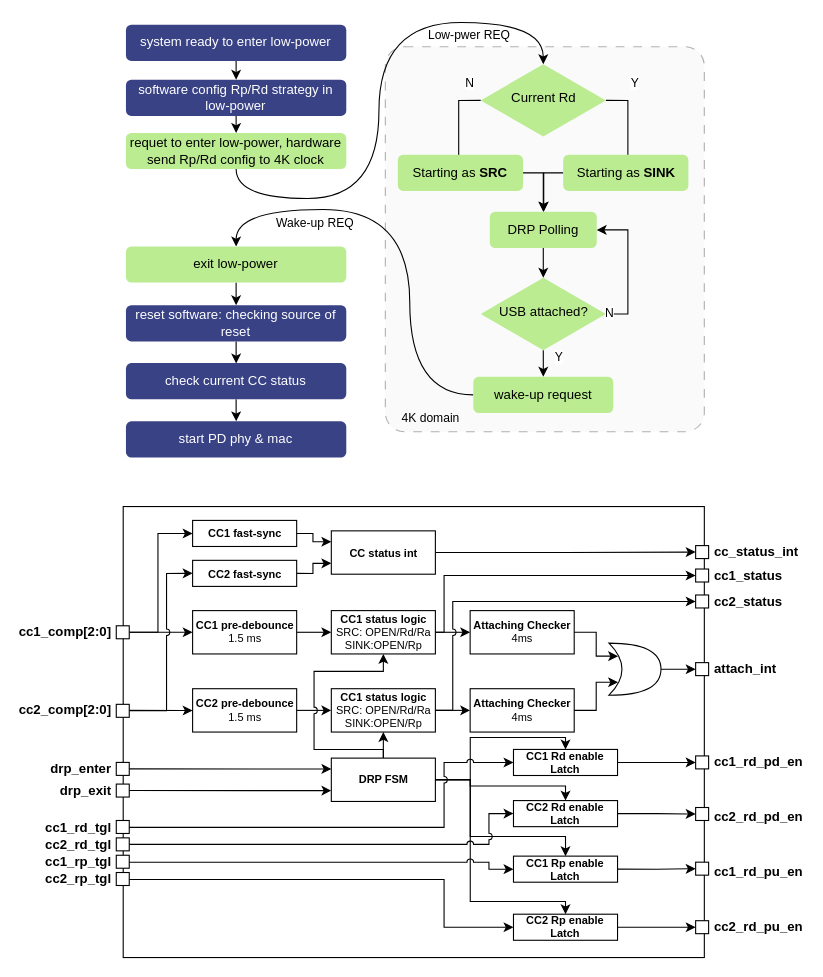
Above: pd_rp_rd_lp.drawio in Xhopo/test (draw.io), before the change. Source tidied: cells renumbered, new cells numbered last; positions are measured from the earlier drawing's top-left corner, leaving out a move shared by most shapes. Both pictures are drawn from the tidied source at 110%, with x=0, y=0 at pixel (26, 19).
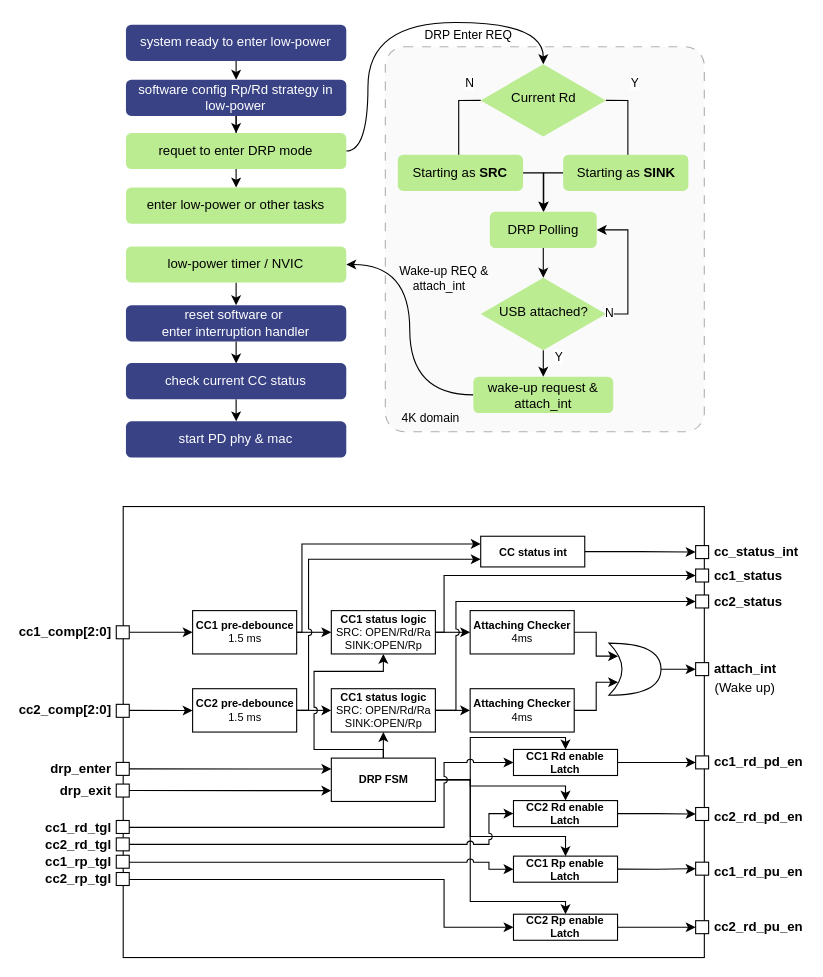
The same page after the edit.

The change refers to these unchanged cells:
```xml
<mxCell id="5" value="&lt;div&gt;&lt;b&gt;CC1 pre-debounce&lt;/b&gt;&lt;/div&gt;&lt;div&gt;&lt;font&gt;1.5 ms&lt;/font&gt;&lt;/div&gt;" style="rounded=0;whiteSpace=wrap;html=1;fontSize=10;" parent="1" vertex="1">
  <mxGeometry x="150.6" y="537.6" width="94.6" height="39.4" as="geometry" />
</mxCell>
<mxCell id="13" value="&lt;div&gt;&lt;b&gt;CC2 pre-debounce&lt;/b&gt;&lt;/div&gt;&lt;div&gt;&lt;font&gt;1.5 ms&lt;/font&gt;&lt;/div&gt;" style="rounded=0;whiteSpace=wrap;html=1;fontSize=10;" parent="1" vertex="1">
  <mxGeometry x="150.6" y="608.6" width="94.6" height="39.4" as="geometry" />
</mxCell>
<mxCell id="15" value="&lt;b&gt;CC1 status logic&lt;/b&gt;&lt;div&gt;&lt;font&gt;SRC: OPEN/Rd/Ra&lt;/font&gt;&lt;/div&gt;&lt;div&gt;&lt;font&gt;SINK:OPEN/Rp&lt;/font&gt;&lt;/div&gt;" style="rounded=0;whiteSpace=wrap;html=1;fontSize=10;" parent="1" vertex="1">
  <mxGeometry x="276.7" y="608.6" width="94.6" height="39.4" as="geometry" />
</mxCell>
<mxCell id="41" style="whiteSpace=wrap;html=1;" parent="1" vertex="1">
  <mxGeometry x="81.2" y="551.4" width="11.8" height="11.8" as="geometry" />
</mxCell>
<mxCell id="43" style="whiteSpace=wrap;html=1;" parent="1" vertex="1">
  <mxGeometry x="81.2" y="622.8" width="11.8" height="11.8" as="geometry" />
</mxCell>
<mxCell id="66" style="whiteSpace=wrap;html=1;" parent="1" vertex="1">
  <mxGeometry x="607.9" y="523.4" width="11.8" height="11.8" as="geometry" />
</mxCell>
<mxCell id="98" value="Current Rd" style="rhombus;whiteSpace=wrap;html=1;shadow=0;fontFamily=Helvetica;fontSize=12;align=center;strokeWidth=1;spacing=6;spacingTop=-4;fillColor=#BBEC92;strokeColor=none;" parent="1" vertex="1">
  <mxGeometry x="412.5" y="40.8" width="113.8" height="65.9" as="geometry" />
</mxCell>
<mxCell id="108" value="&lt;div&gt;software config Rp/Rd strategy in low-power&lt;/div&gt;" style="rounded=1;whiteSpace=wrap;html=1;fontSize=12;glass=0;strokeWidth=1;shadow=0;fillColor=light-dark(#384285, #281d00);strokeColor=none;fontColor=#FFFFFF;" parent="1" vertex="1">
  <mxGeometry x="90" y="55" width="200.3" height="32.9" as="geometry" />
</mxCell>
```

Diff of the diagram source:
```diff
@@
-    <mxCell id="2" value="&lt;span style=&quot;color: rgb(0, 0, 0); font-family: Helvetica; font-size: 11px; font-style: normal; font-variant-ligatures: normal; font-variant-caps: normal; font-weight: 400; letter-spacing: normal; orphans: 2; text-align: center; text-indent: 0px; text-transform: none; widows: 2; word-spacing: 0px; -webkit-text-stroke-width: 0px; white-space: nowrap; background-color: rgb(255, 255, 255); text-decoration-thickness: initial; text-decoration-style: initial; text-decoration-color: initial; display: inline !important; float: none;&quot;&gt;Low-pwer REQ&lt;/span&gt;" style="text;whiteSpace=wrap;html=1;" parent="1" vertex="1">
-      <mxGeometry x="363.3" width="125.2" height="24.6" as="geometry" />
+    <mxCell id="2" value="&lt;span style=&quot;color: rgb(0, 0, 0); font-family: Helvetica; font-size: 11px; font-style: normal; font-variant-ligatures: normal; font-variant-caps: normal; font-weight: 400; letter-spacing: normal; orphans: 2; text-align: center; text-indent: 0px; text-transform: none; widows: 2; word-spacing: 0px; -webkit-text-stroke-width: 0px; white-space: nowrap; text-decoration-thickness: initial; text-decoration-style: initial; text-decoration-color: initial; float: none; display: inline !important;&quot;&gt;DRP Enter REQ&lt;/span&gt;" style="text;whiteSpace=wrap;html=1;labelBackgroundColor=none;" parent="1" vertex="1">
+      <mxGeometry x="360" width="125.2" height="24.6" as="geometry" />
     </mxCell>
@@
+    <mxCell id="118" style="edgeStyle=orthogonalEdgeStyle;rounded=0;jettySize=auto;html=1;exitX=1;exitY=0.5;exitDx=0;exitDy=0;entryX=0;entryY=0.25;entryDx=0;entryDy=0;" parent="1" edge="1" source="5" target="64">
+      <mxGeometry relative="1" as="geometry">
+        <Array as="points">
+          <mxPoint x="250" y="557" />
+          <mxPoint x="250" y="477" />
+        </Array>
+      </mxGeometry>
+    </mxCell>
@@
+    <mxCell id="119" style="edgeStyle=orthogonalEdgeStyle;rounded=0;jettySize=auto;html=1;exitX=1;exitY=0.5;exitDx=0;exitDy=0;entryX=0;entryY=0.75;entryDx=0;entryDy=0;jumpStyle=arc;" parent="1" edge="1" source="13" target="64">
+      <mxGeometry relative="1" as="geometry">
+        <Array as="points">
+          <mxPoint x="256" y="628" />
+          <mxPoint x="256" y="491" />
+        </Array>
+      </mxGeometry>
+    </mxCell>
@@
     <mxCell id="38" style="edgeStyle=orthogonalEdgeStyle;rounded=0;jettySize=auto;html=1;exitX=1;exitY=0.5;exitDx=0;exitDy=0;entryX=0;entryY=0.5;entryDx=0;entryDy=0;jumpStyle=arc;" parent="1" edge="1" source="15" target="66">
       <mxGeometry relative="1" as="geometry">
         <Array as="points">
-          <mxPoint x="387.1" y="628.3" />
-          <mxPoint x="387.1" y="529.7" />
-          <mxPoint x="607.9" y="529.7" />
+          <mxPoint x="390" y="628" />
+          <mxPoint x="390" y="530" />
+          <mxPoint x="608" y="530" />
         </Array>
       </mxGeometry>
     </mxCell>
@@
-    <mxCell id="40" style="edgeStyle=orthogonalEdgeStyle;rounded=0;jettySize=auto;html=1;exitX=1;exitY=0.5;exitDx=0;exitDy=0;entryX=0;entryY=0.5;entryDx=0;entryDy=0;jumpStyle=none;" parent="1" edge="1" source="41" target="60">
-      <mxGeometry relative="1" as="geometry">
-        <Array as="points">
-          <mxPoint x="119.1" y="557.3" />
-          <mxPoint x="119.1" y="467.4" />
-        </Array>
-      </mxGeometry>
-    </mxCell>
@@
-    <mxCell id="42" style="edgeStyle=orthogonalEdgeStyle;rounded=0;jettySize=auto;html=1;exitX=1;exitY=0.5;exitDx=0;exitDy=0;entryX=0;entryY=0.5;entryDx=0;entryDy=0;jumpStyle=arc;" parent="1" edge="1" source="43" target="62">
-      <mxGeometry relative="1" as="geometry">
-        <Array as="points">
-          <mxPoint x="126.9" y="628.3" />
-          <mxPoint x="126.9" y="503.7" />
-        </Array>
-      </mxGeometry>
-    </mxCell>
@@
-    <mxCell id="59" style="edgeStyle=orthogonalEdgeStyle;rounded=0;jettySize=auto;html=1;exitX=1;exitY=0.5;exitDx=0;exitDy=0;entryX=0;entryY=0.25;entryDx=0;entryDy=0;fontSize=10;" parent="1" edge="1" source="60" target="64">
-      <mxGeometry relative="1" as="geometry">
-        <Array as="points">
-          <mxPoint x="260" y="467" />
-          <mxPoint x="260" y="475" />
-        </Array>
-      </mxGeometry>
-    </mxCell>
-    <mxCell id="60" value="&lt;div&gt;&lt;b&gt;CC1&amp;nbsp;&lt;/b&gt;&lt;b style=&quot;background-color: transparent; color: light-dark(rgb(0, 0, 0), rgb(255, 255, 255));&quot;&gt;fast-sync&lt;/b&gt;&lt;/div&gt;" style="rounded=0;whiteSpace=wrap;html=1;fontSize=10;" parent="1" vertex="1">
-      <mxGeometry x="150.6" y="455.6" width="94.6" height="23.7" as="geometry" />
-    </mxCell>
-    <mxCell id="61" style="edgeStyle=orthogonalEdgeStyle;rounded=0;jettySize=auto;html=1;exitX=1;exitY=0.5;exitDx=0;exitDy=0;entryX=0;entryY=0.75;entryDx=0;entryDy=0;fontSize=10;" parent="1" edge="1" source="62" target="64">
-      <mxGeometry relative="1" as="geometry">
-        <Array as="points">
-          <mxPoint x="260" y="504" />
-          <mxPoint x="260" y="495" />
-        </Array>
-      </mxGeometry>
-    </mxCell>
-    <mxCell id="62" value="&lt;div&gt;&lt;b&gt;CC2 fast-sync&lt;/b&gt;&lt;/div&gt;" style="rounded=0;whiteSpace=wrap;html=1;fontSize=10;" parent="1" vertex="1">
-      <mxGeometry x="150.6" y="491.9" width="94.6" height="23.7" as="geometry" />
-    </mxCell>
@@
     <mxCell id="64" value="&lt;b&gt;CC status int&lt;/b&gt;" style="rounded=0;whiteSpace=wrap;html=1;fontSize=10;" parent="1" vertex="1">
-      <mxGeometry x="276.7" y="465.1" width="94.6" height="39.4" as="geometry" />
+      <mxGeometry x="412.5" y="470" width="94.6" height="27.9" as="geometry" />
     </mxCell>
@@
-    <mxCell id="84" style="edgeStyle=orthogonalEdgeStyle;rounded=0;jettySize=auto;html=1;exitX=0.5;exitY=1;exitDx=0;exitDy=0;entryX=0.5;entryY=0;entryDx=0;entryDy=0;curved=1;" parent="1" edge="1" source="109" target="98">
+    <mxCell id="84" style="edgeStyle=orthogonalEdgeStyle;rounded=0;jettySize=auto;html=1;exitX=1;exitY=0.5;exitDx=0;exitDy=0;entryX=0.5;entryY=0;entryDx=0;entryDy=0;curved=1;" parent="1" edge="1" source="109" target="98">
       <mxGeometry relative="1" as="geometry">
         <Array as="points">
-          <mxPoint x="190" y="163" />
-          <mxPoint x="320" y="163" />
-          <mxPoint x="320" y="3" />
+          <mxPoint x="310" y="120" />
+          <mxPoint x="310" y="3" />
           <mxPoint x="469" y="3" />
         </Array>
       </mxGeometry>
     </mxCell>
@@
-    <mxCell id="92" style="edgeStyle=orthogonalEdgeStyle;rounded=0;jettySize=auto;html=1;exitX=0;exitY=0.5;exitDx=0;exitDy=0;entryX=0.5;entryY=0;entryDx=0;entryDy=0;curved=1;" parent="1" edge="1" source="93" target="111">
+    <mxCell id="92" style="edgeStyle=orthogonalEdgeStyle;rounded=0;jettySize=auto;html=1;exitX=0;exitY=0.5;exitDx=0;exitDy=0;entryX=1;entryY=0.5;entryDx=0;entryDy=0;curved=1;" parent="1" edge="1" source="93" target="111">
       <mxGeometry relative="1" as="geometry">
         <Array as="points">
           <mxPoint x="348" y="342" />
-          <mxPoint x="348" y="173" />
-          <mxPoint x="190" y="173" />
+          <mxPoint x="348" y="223" />
         </Array>
       </mxGeometry>
     </mxCell>
-    <mxCell id="93" value="wake-up request" style="rounded=1;whiteSpace=wrap;html=1;fontSize=12;glass=0;strokeWidth=1;shadow=0;fillColor=#BBEC92;strokeColor=none;" parent="1" vertex="1">
+    <mxCell id="93" value="wake-up request &amp;amp;&lt;div&gt;attach_int&lt;/div&gt;" style="rounded=1;whiteSpace=wrap;html=1;fontSize=12;glass=0;strokeWidth=1;shadow=0;fillColor=#BBEC92;strokeColor=none;" parent="1" vertex="1">
       <mxGeometry x="405.8" y="325" width="127.2" height="33" as="geometry" />
     </mxCell>
@@
+    <mxCell id="120" style="edgeStyle=orthogonalEdgeStyle;rounded=0;jettySize=auto;html=1;" parent="1" edge="1" source="108" target="121">
+      <mxGeometry relative="1" as="geometry" />
+    </mxCell>
@@
-    <mxCell id="109" value="&lt;div&gt;requet to enter low-power, hardware&lt;/div&gt;&lt;div&gt;send Rp/Rd config to 4K clock&lt;/div&gt;" style="rounded=1;whiteSpace=wrap;html=1;fontSize=12;glass=0;strokeWidth=1;shadow=0;fillColor=#BBEC92;strokeColor=none;" parent="1" vertex="1">
+    <mxCell id="109" value="requet to enter DRP mode" style="rounded=1;whiteSpace=wrap;html=1;fontSize=12;glass=0;strokeWidth=1;shadow=0;fillColor=#BBEC92;strokeColor=none;" parent="1" vertex="1">
       <mxGeometry x="90" y="103.3" width="200.3" height="32.9" as="geometry" />
     </mxCell>
@@
-    <mxCell id="111" value="&lt;div&gt;exit low-power&lt;/div&gt;" style="rounded=1;whiteSpace=wrap;html=1;fontSize=12;glass=0;strokeWidth=1;shadow=0;fillColor=#BBEC92;strokeColor=none;" parent="1" vertex="1">
+    <mxCell id="111" value="&lt;div&gt;low-power timer / NVIC&lt;/div&gt;" style="rounded=1;whiteSpace=wrap;html=1;fontSize=12;glass=0;strokeWidth=1;shadow=0;fillColor=#BBEC92;strokeColor=none;" parent="1" vertex="1">
       <mxGeometry x="90" y="206.5" width="200.3" height="32.9" as="geometry" />
     </mxCell>
@@
-    <mxCell id="113" value="&lt;span style=&quot;color: rgb(255, 255, 255);&quot;&gt;reset software: checking source of reset&lt;/span&gt;" style="rounded=1;whiteSpace=wrap;html=1;fontSize=12;glass=0;strokeWidth=1;shadow=0;fillColor=light-dark(#384285, #281d00);strokeColor=none;align=center;verticalAlign=middle;fontFamily=Helvetica;fontColor=#FFFFFF;" parent="1" vertex="1">
+    <mxCell id="113" value="&lt;span style=&quot;color: rgb(255, 255, 255);&quot;&gt;reset software or&amp;nbsp;&lt;/span&gt;&lt;div&gt;&lt;span style=&quot;color: rgb(255, 255, 255);&quot;&gt;enter interruption handler&lt;/span&gt;&lt;/div&gt;" style="rounded=1;whiteSpace=wrap;html=1;fontSize=12;glass=0;strokeWidth=1;shadow=0;fillColor=light-dark(#384285, #281d00);strokeColor=none;align=center;verticalAlign=middle;fontFamily=Helvetica;fontColor=#FFFFFF;" parent="1" vertex="1">
       <mxGeometry x="90" y="260" width="200.3" height="32.9" as="geometry" />
     </mxCell>
@@
-    <mxCell id="116" value="&lt;span style=&quot;color: rgb(0, 0, 0); font-family: Helvetica; font-size: 11px; font-style: normal; font-variant-ligatures: normal; font-variant-caps: normal; font-weight: 400; letter-spacing: normal; orphans: 2; text-align: center; text-indent: 0px; text-transform: none; widows: 2; word-spacing: 0px; -webkit-text-stroke-width: 0px; white-space: nowrap; background-color: rgb(255, 255, 255); text-decoration-thickness: initial; text-decoration-style: initial; text-decoration-color: initial; float: none; display: inline !important;&quot;&gt;Wake-up REQ&lt;/span&gt;" style="text;whiteSpace=wrap;html=1;" parent="1" vertex="1">
-      <mxGeometry x="225" y="171" width="125.2" height="24.6" as="geometry" />
+    <mxCell id="116" value="&lt;span style=&quot;color: rgb(0, 0, 0); font-family: Helvetica; font-size: 11px; font-style: normal; font-variant-ligatures: normal; font-variant-caps: normal; font-weight: 400; letter-spacing: normal; orphans: 2; text-align: center; text-indent: 0px; text-transform: none; widows: 2; word-spacing: 0px; -webkit-text-stroke-width: 0px; white-space: nowrap; text-decoration-thickness: initial; text-decoration-style: initial; text-decoration-color: initial; float: none; display: inline !important;&quot;&gt;Wake-up REQ &amp;amp;&lt;/span&gt;&lt;div&gt;&lt;span style=&quot;color: rgb(0, 0, 0); font-family: Helvetica; font-size: 11px; font-style: normal; font-variant-ligatures: normal; font-variant-caps: normal; font-weight: 400; letter-spacing: normal; orphans: 2; text-align: center; text-indent: 0px; text-transform: none; widows: 2; word-spacing: 0px; -webkit-text-stroke-width: 0px; white-space: nowrap; text-decoration-thickness: initial; text-decoration-style: initial; text-decoration-color: initial; float: none; display: inline !important;&quot;&gt;&amp;nbsp; &amp;nbsp; attach_int&lt;/span&gt;&lt;/div&gt;" style="text;whiteSpace=wrap;html=1;labelBackgroundColor=none;" parent="1" vertex="1">
+      <mxGeometry x="337.2" y="214.9" width="125.2" height="24.6" as="geometry" />
     </mxCell>
@@
+    <mxCell id="121" value="enter low-power or other tasks" style="rounded=1;whiteSpace=wrap;html=1;fontSize=12;glass=0;strokeWidth=1;shadow=0;fillColor=#BBEC92;strokeColor=none;" parent="1" vertex="1">
+      <mxGeometry x="90" y="153" width="200.3" height="32.9" as="geometry" />
+    </mxCell>
+    <mxCell id="122" value="(Wake up)" style="text;html=1;align=center;verticalAlign=middle;whiteSpace=wrap;rounded=0;" parent="1" vertex="1">
+      <mxGeometry x="622.9" y="592.8" width="60" height="30" as="geometry" />
+    </mxCell>
```
